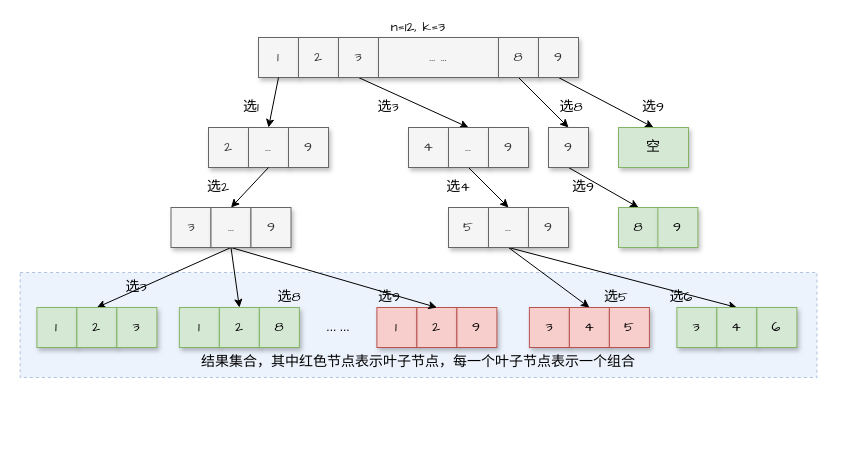
Before: draw.io/组合总合III.drawio in goldknife6/algorithm, a draw.io diagram. Source tidied: cells renumbered, new cells numbered last; positions are measured from the earlier drawing's top-left corner, leaving out a move shared by most shapes. Both pictures are drawn from the tidied source at 100%, with x=0, y=0 at pixel (20, 17).
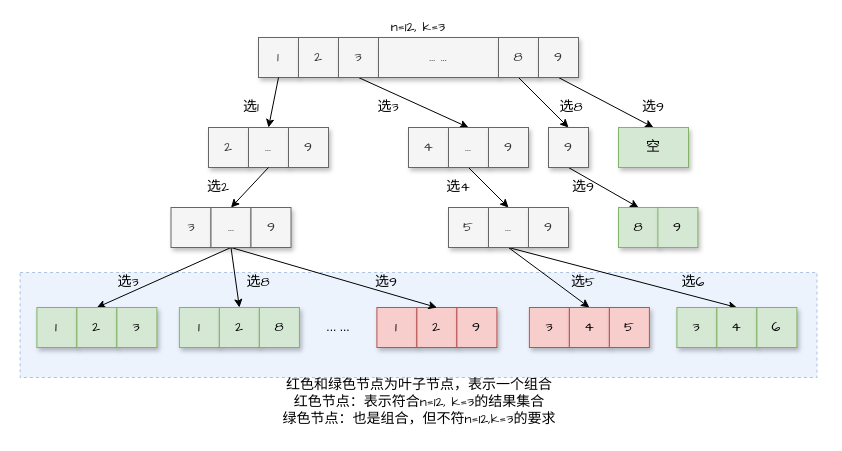
After the change.

Commit message (it also covers changes not shown here):
更新组合总合III.drawio

Change to the diagram source:
```diff
@@
-    <mxCell id="14" value="结果集合，其中红色节点表示叶子节点，每一个叶子节点表示一个组合" style="text;html=1;strokeColor=none;fillColor=none;align=center;verticalAlign=middle;whiteSpace=wrap;rounded=0;shadow=1;fontFamily=Comic Sans MS;fontSize=14;opacity=50;" parent="1" vertex="1">
-      <mxGeometry x="0.4" y="330" width="796" height="30" as="geometry" />
+    <mxCell id="14" value="红色和绿色节点为叶子节点，表示一个组合&lt;br&gt;红色节点：表示符合n=12, k=3的结果集合&lt;br&gt;绿色节点：也是组合，但不符n=12,k=3的要求" style="text;html=1;strokeColor=none;fillColor=none;align=center;verticalAlign=middle;whiteSpace=wrap;rounded=0;shadow=1;fontFamily=Comic Sans MS;fontSize=14;opacity=50;" parent="1" vertex="1">
+      <mxGeometry x="0.4" y="360" width="797.6" height="50" as="geometry" />
     </mxCell>
@@
     <mxCell id="30" value="选9" style="text;html=1;strokeColor=none;fillColor=none;align=center;verticalAlign=middle;whiteSpace=wrap;rounded=0;shadow=1;fontFamily=Comic Sans MS;fontSize=14;" parent="1" vertex="1">
-      <mxGeometry x="348.9" y="270" width="40" height="20" as="geometry" />
+      <mxGeometry x="346.4" y="255" width="40" height="20" as="geometry" />
     </mxCell>
@@
     <mxCell id="37" value="选3" style="text;html=1;strokeColor=none;fillColor=none;align=center;verticalAlign=middle;whiteSpace=wrap;rounded=0;shadow=1;fontFamily=Comic Sans MS;fontSize=14;" parent="1" vertex="1">
-      <mxGeometry x="96.4" y="260" width="40" height="20" as="geometry" />
+      <mxGeometry x="88" y="255" width="40" height="20" as="geometry" />
     </mxCell>
     <mxCell id="38" value="选8" style="text;html=1;strokeColor=none;fillColor=none;align=center;verticalAlign=middle;whiteSpace=wrap;rounded=0;shadow=1;fontFamily=Comic Sans MS;fontSize=14;" parent="1" vertex="1">
-      <mxGeometry x="248.9" y="270" width="40" height="20" as="geometry" />
+      <mxGeometry x="218" y="255" width="40" height="20" as="geometry" />
     </mxCell>
@@
     <mxCell id="54" value="选5" style="text;html=1;strokeColor=none;fillColor=none;align=center;verticalAlign=middle;whiteSpace=wrap;rounded=0;shadow=1;fontFamily=Comic Sans MS;fontSize=14;" parent="1" vertex="1">
-      <mxGeometry x="576.4" y="270" width="40" height="20" as="geometry" />
+      <mxGeometry x="543" y="255" width="40" height="20" as="geometry" />
     </mxCell>
@@
     <mxCell id="58" value="选6" style="text;html=1;strokeColor=none;fillColor=none;align=center;verticalAlign=middle;whiteSpace=wrap;rounded=0;shadow=1;fontFamily=Comic Sans MS;fontSize=14;" parent="1" vertex="1">
-      <mxGeometry x="641.4" y="270" width="40" height="20" as="geometry" />
+      <mxGeometry x="653" y="255" width="40" height="20" as="geometry" />
     </mxCell>
```
